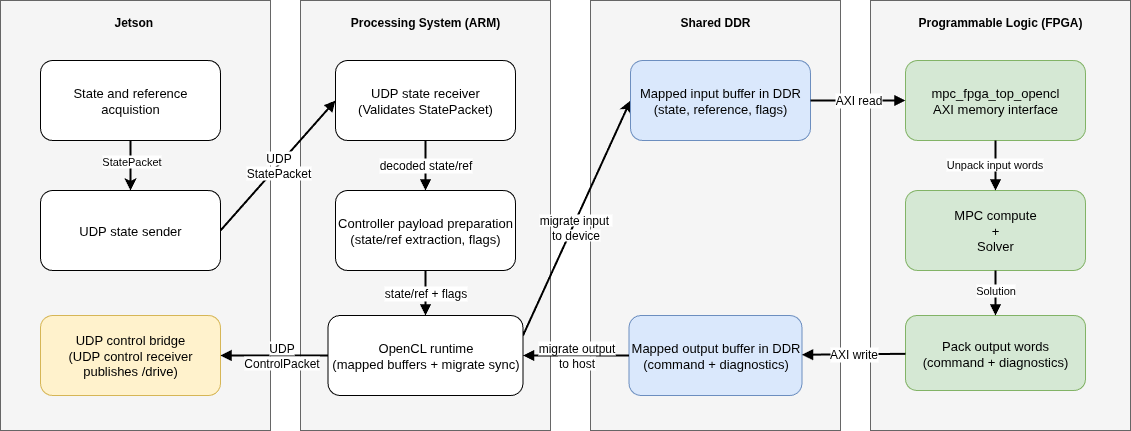
Before: Logs/host-accel-flow.png, a diagram exported from draw.io (PascalBjorstorp/BachelorProject). Source tidied: cells renumbered, new cells last; positions are measured from the earlier drawing's top-left corner, leaving out a move shared by most shapes.
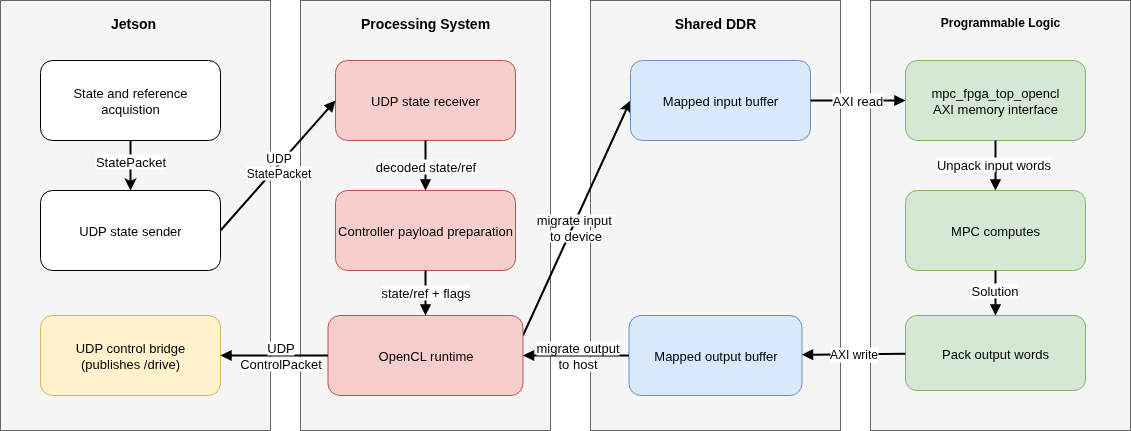
The same diagram one commit later.

What changed in the source:
```diff
@@ -2,22 +2,22 @@
   <root>
     <mxCell id="0" />
     <mxCell id="1" parent="0" />
-    <mxCell id="2" value="Jetson&amp;nbsp;" style="rounded=0;whiteSpace=wrap;html=1;fillColor=#f5f5f5;strokeColor=#666666;fontStyle=1;verticalAlign=top;spacingTop=8;" parent="1" vertex="1">
+    <mxCell id="2" value="&lt;font style=&quot;font-size: 14px;&quot;&gt;Jetson&amp;nbsp;&lt;/font&gt;" style="rounded=0;whiteSpace=wrap;html=1;fillColor=#f5f5f5;strokeColor=#666666;fontStyle=1;verticalAlign=top;spacingTop=8;" parent="1" vertex="1">
       <mxGeometry width="270" height="430" as="geometry" />
     </mxCell>
-    <mxCell id="3" value="Processing System (ARM)" style="rounded=0;whiteSpace=wrap;html=1;fillColor=#f5f5f5;strokeColor=#666666;fontStyle=1;verticalAlign=top;spacingTop=8;" parent="1" vertex="1">
+    <mxCell id="3" value="&lt;font style=&quot;font-size: 14px;&quot;&gt;Processing System&lt;/font&gt;" style="rounded=0;whiteSpace=wrap;html=1;fillColor=#f5f5f5;strokeColor=#666666;fontStyle=1;verticalAlign=top;spacingTop=8;" parent="1" vertex="1">
       <mxGeometry x="300" width="250" height="430" as="geometry" />
     </mxCell>
-    <mxCell id="4" value="Shared DDR" style="rounded=0;whiteSpace=wrap;html=1;fillColor=#f5f5f5;strokeColor=#666666;fontStyle=1;verticalAlign=top;spacingTop=8;" parent="1" vertex="1">
+    <mxCell id="4" value="&lt;font style=&quot;font-size: 14px;&quot;&gt;Shared DDR&lt;/font&gt;" style="rounded=0;whiteSpace=wrap;html=1;fillColor=#f5f5f5;strokeColor=#666666;fontStyle=1;verticalAlign=top;spacingTop=8;" parent="1" vertex="1">
       <mxGeometry x="590" width="250" height="430" as="geometry" />
     </mxCell>
-    <mxCell id="5" value="Programmable Logic (FPGA)" style="rounded=0;whiteSpace=wrap;html=1;fillColor=#f5f5f5;strokeColor=#666666;fontStyle=1;verticalAlign=top;spacingTop=8;" parent="1" vertex="1">
+    <mxCell id="5" value="Programmable Logic" style="rounded=0;whiteSpace=wrap;html=1;fillColor=#f5f5f5;strokeColor=#666666;fontStyle=1;verticalAlign=top;spacingTop=8;" parent="1" vertex="1">
       <mxGeometry x="870" width="260" height="430" as="geometry" />
     </mxCell>
     <mxCell id="6" style="edgeStyle=orthogonalEdgeStyle;rounded=0;jettySize=auto;html=1;exitX=0.5;exitY=1;exitDx=0;exitDy=0;entryX=0.5;entryY=0;entryDx=0;entryDy=0;strokeWidth=2;spacingBottom=0;spacingTop=0;" parent="1" edge="1" source="8" target="31">
       <mxGeometry relative="1" as="geometry" />
     </mxCell>
-    <mxCell id="7" value="StatePacket" style="edgeLabel;html=1;align=center;verticalAlign=middle;" parent="6" vertex="1">
+    <mxCell id="7" value="&lt;font style=&quot;font-size: 13px;&quot;&gt;StatePacket&lt;/font&gt;" style="edgeLabel;html=1;align=center;verticalAlign=middle;" parent="6" vertex="1">
       <mxGeometry x="0.22" y="1" relative="1" as="geometry">
         <mxPoint x="-1" y="-10" as="offset" />
       </mxGeometry>
@@ -25,70 +25,70 @@
     <mxCell id="8" value="State and reference&lt;br&gt;acquistion" style="rounded=1;whiteSpace=wrap;html=1;fillColor=#ffffff;strokeColor=#000000;fontSize=13;" parent="1" vertex="1">
       <mxGeometry x="40" y="60" width="180" height="80" as="geometry" />
     </mxCell>
-    <mxCell id="9" value="UDP control bridge&lt;br&gt;(UDP control receiver&lt;br&gt;publishes /drive)" style="rounded=1;whiteSpace=wrap;html=1;fillColor=#fff2cc;strokeColor=#d6b656;fontSize=13;" parent="1" vertex="1">
+    <mxCell id="9" value="UDP control bridge&lt;br&gt;(publishes /drive)" style="rounded=1;whiteSpace=wrap;html=1;fillColor=#fff2cc;strokeColor=#d6b656;fontSize=13;" parent="1" vertex="1">
       <mxGeometry x="40" y="315" width="180" height="80" as="geometry" />
     </mxCell>
-    <mxCell id="10" value="UDP state receiver&lt;br&gt;(Validates StatePacket)" style="rounded=1;whiteSpace=wrap;html=1;fillColor=#ffffff;strokeColor=#000000;fontSize=13;" parent="1" vertex="1">
+    <mxCell id="10" value="UDP state receiver" style="rounded=1;whiteSpace=wrap;html=1;fillColor=#f8cecc;strokeColor=#b85450;fontSize=13;" parent="1" vertex="1">
       <mxGeometry x="335" y="60" width="180" height="80" as="geometry" />
     </mxCell>
-    <mxCell id="11" value="&lt;div&gt;Controller payload preparation&lt;/div&gt;&lt;div&gt;(state/ref extraction, flags)&lt;/div&gt;" style="rounded=1;whiteSpace=wrap;html=1;fillColor=#ffffff;strokeColor=#000000;fontSize=13;" parent="1" vertex="1">
+    <mxCell id="11" value="&lt;div&gt;Controller payload preparation&lt;/div&gt;" style="rounded=1;whiteSpace=wrap;html=1;fillColor=#f8cecc;strokeColor=#b85450;fontSize=13;" parent="1" vertex="1">
       <mxGeometry x="335" y="190" width="180" height="80" as="geometry" />
     </mxCell>
     <mxCell id="12" style="rounded=0;jettySize=auto;html=1;exitX=1;exitY=0.25;exitDx=0;exitDy=0;entryX=0;entryY=0.5;entryDx=0;entryDy=0;strokeWidth=2;" parent="1" edge="1" source="14" target="15">
       <mxGeometry relative="1" as="geometry" />
     </mxCell>
-    <mxCell id="13" value="&lt;span style=&quot;background-color: light-dark(#ffffff, var(--ge-dark-color, #121212));&quot;&gt;&lt;font style=&quot;font-size: 12px;&quot;&gt;migrate input&amp;nbsp;&lt;/font&gt;&lt;/span&gt;&lt;div&gt;&lt;span style=&quot;background-color: light-dark(#ffffff, var(--ge-dark-color, #121212));&quot;&gt;&lt;font style=&quot;font-size: 12px;&quot;&gt;to device&lt;/font&gt;&lt;/span&gt;&lt;/div&gt;" style="edgeLabel;html=1;align=center;verticalAlign=middle;labelBackgroundColor=none;" parent="12" vertex="1">
+    <mxCell id="13" value="&lt;span style=&quot;background-color: light-dark(#ffffff, var(--ge-dark-color, #121212));&quot;&gt;&lt;font style=&quot;font-size: 13px;&quot;&gt;migrate input&amp;nbsp;&lt;/font&gt;&lt;/span&gt;&lt;div&gt;&lt;span style=&quot;background-color: light-dark(#ffffff, var(--ge-dark-color, #121212));&quot;&gt;&lt;font style=&quot;font-size: 13px;&quot;&gt;to device&lt;/font&gt;&lt;/span&gt;&lt;/div&gt;" style="edgeLabel;html=1;align=center;verticalAlign=middle;labelBackgroundColor=none;" parent="12" vertex="1">
       <mxGeometry x="-0.07" y="-2" relative="1" as="geometry" />
     </mxCell>
-    <mxCell id="14" value="OpenCL runtime&lt;br&gt;(mapped buffers + migrate sync)" style="rounded=1;whiteSpace=wrap;html=1;fillColor=#ffffff;strokeColor=#000000;fontSize=13;" parent="1" vertex="1">
+    <mxCell id="14" value="OpenCL runtime" style="rounded=1;whiteSpace=wrap;html=1;fillColor=#f8cecc;strokeColor=#b85450;fontSize=13;" parent="1" vertex="1">
       <mxGeometry x="327.5" y="315" width="195" height="80" as="geometry" />
     </mxCell>
-    <mxCell id="15" value="&lt;div&gt;Mapped input buffer in DDR&lt;/div&gt;&lt;div&gt;(state, reference, flags)&lt;/div&gt;" style="rounded=1;whiteSpace=wrap;html=1;fillColor=#dae8fc;strokeColor=#6c8ebf;fontSize=13;" parent="1" vertex="1">
+    <mxCell id="15" value="&lt;div&gt;Mapped input buffer&lt;/div&gt;" style="rounded=1;whiteSpace=wrap;html=1;fillColor=#dae8fc;strokeColor=#6c8ebf;fontSize=13;" parent="1" vertex="1">
       <mxGeometry x="630" y="60" width="180" height="80" as="geometry" />
     </mxCell>
-    <mxCell id="16" value="&lt;div&gt;Mapped output buffer in DDR&lt;/div&gt;&lt;div&gt;(command + diagnostics)&lt;/div&gt;" style="rounded=1;whiteSpace=wrap;html=1;fillColor=#dae8fc;strokeColor=#6c8ebf;fontSize=13;" parent="1" vertex="1">
+    <mxCell id="16" value="&lt;div&gt;Mapped output buffer&lt;/div&gt;" style="rounded=1;whiteSpace=wrap;html=1;fillColor=#dae8fc;strokeColor=#6c8ebf;fontSize=13;" parent="1" vertex="1">
       <mxGeometry x="628.5" y="315" width="173" height="80" as="geometry" />
     </mxCell>
     <mxCell id="17" value="mpc_fpga_top_opencl&lt;br&gt;AXI memory interface" style="rounded=1;whiteSpace=wrap;html=1;fillColor=#d5e8d4;strokeColor=#82b366;fontSize=13;" parent="1" vertex="1">
       <mxGeometry x="905" y="60" width="180" height="80" as="geometry" />
     </mxCell>
-    <mxCell id="18" value="MPC compute&lt;br&gt;+&lt;br&gt;Solver" style="rounded=1;whiteSpace=wrap;html=1;fillColor=#d5e8d4;strokeColor=#82b366;fontSize=13;" parent="1" vertex="1">
+    <mxCell id="18" value="MPC computes" style="rounded=1;whiteSpace=wrap;html=1;fillColor=#d5e8d4;strokeColor=#82b366;fontSize=13;" parent="1" vertex="1">
       <mxGeometry x="905" y="190" width="180" height="80" as="geometry" />
     </mxCell>
-    <mxCell id="19" value="Pack output words&lt;br&gt;(command + diagnostics)" style="rounded=1;whiteSpace=wrap;html=1;fillColor=#d5e8d4;strokeColor=#82b366;fontSize=13;" parent="1" vertex="1">
+    <mxCell id="19" value="Pack output words" style="rounded=1;whiteSpace=wrap;html=1;fillColor=#d5e8d4;strokeColor=#82b366;fontSize=13;" parent="1" vertex="1">
       <mxGeometry x="905" y="315" width="180" height="75" as="geometry" />
     </mxCell>
     <mxCell id="20" value="&lt;span style=&quot;background-color: light-dark(#ffffff, var(--ge-dark-color, #121212));&quot;&gt;UDP&lt;/span&gt;&lt;div&gt;&lt;span style=&quot;background-color: light-dark(#ffffff, var(--ge-dark-color, #121212));&quot;&gt;StatePacket&lt;/span&gt;&lt;/div&gt;" style="endArrow=block;html=1;rounded=0;strokeWidth=2;fontSize=12;exitX=1;exitY=0.5;exitDx=0;exitDy=0;labelBackgroundColor=none;entryX=0;entryY=0.5;entryDx=0;entryDy=0;" parent="1" edge="1" source="31" target="10">
       <mxGeometry relative="1" as="geometry" />
     </mxCell>
-    <mxCell id="21" value="decoded state/ref" style="endArrow=block;html=1;rounded=0;strokeWidth=2;fontSize=12;" parent="1" edge="1" source="10" target="11">
+    <mxCell id="21" value="&lt;font style=&quot;font-size: 13px;&quot;&gt;decoded state/ref&lt;/font&gt;" style="endArrow=block;html=1;rounded=0;strokeWidth=2;fontSize=12;" parent="1" edge="1" source="10" target="11">
       <mxGeometry x="0.01" relative="1" as="geometry" />
     </mxCell>
-    <mxCell id="22" value="state/ref + flags" style="endArrow=block;html=1;rounded=0;strokeWidth=2;fontSize=12;" parent="1" edge="1" source="11" target="14">
+    <mxCell id="22" value="&lt;font style=&quot;font-size: 13px;&quot;&gt;state/ref + flags&lt;/font&gt;" style="endArrow=block;html=1;rounded=0;strokeWidth=2;fontSize=12;" parent="1" edge="1" source="11" target="14">
       <mxGeometry relative="1" as="geometry" />
     </mxCell>
-    <mxCell id="23" value="AXI read" style="endArrow=block;html=1;rounded=0;strokeWidth=2;fontSize=12;exitX=1;exitY=0.5;exitDx=0;exitDy=0;entryX=0;entryY=0.5;entryDx=0;entryDy=0;" parent="1" edge="1" source="15" target="17">
+    <mxCell id="23" value="&lt;font style=&quot;font-size: 13px;&quot;&gt;AXI read&lt;/font&gt;" style="endArrow=block;html=1;rounded=0;strokeWidth=2;fontSize=12;exitX=1;exitY=0.5;exitDx=0;exitDy=0;entryX=0;entryY=0.5;entryDx=0;entryDy=0;" parent="1" edge="1" source="15" target="17">
       <mxGeometry relative="1" as="geometry" />
     </mxCell>
     <mxCell id="24" style="endArrow=block;html=1;rounded=0;strokeWidth=2;fontSize=12;" parent="1" edge="1" source="17" target="18">
       <mxGeometry relative="1" as="geometry" />
     </mxCell>
-    <mxCell id="25" value="Unpack input words" style="edgeLabel;html=1;align=center;verticalAlign=middle;" parent="24" vertex="1">
+    <mxCell id="25" value="&lt;font style=&quot;font-size: 13px;&quot;&gt;Unpack input words&lt;/font&gt;" style="edgeLabel;html=1;align=center;verticalAlign=middle;" parent="24" vertex="1">
       <mxGeometry x="-0.09" y="-2" relative="1" as="geometry" />
     </mxCell>
     <mxCell id="26" style="endArrow=block;html=1;rounded=0;strokeWidth=2;fontSize=12;" parent="1" edge="1" source="18" target="19">
       <mxGeometry relative="1" as="geometry" />
     </mxCell>
-    <mxCell id="27" value="Solution" style="edgeLabel;html=1;align=center;verticalAlign=middle;" parent="26" vertex="1">
+    <mxCell id="27" value="&lt;font style=&quot;font-size: 13px;&quot;&gt;Solution&lt;/font&gt;" style="edgeLabel;html=1;align=center;verticalAlign=middle;" parent="26" vertex="1">
       <mxGeometry x="-0.16" y="-1" relative="1" as="geometry" />
     </mxCell>
     <mxCell id="28" value="AXI write" style="endArrow=block;html=1;rounded=0;strokeWidth=2;fontSize=12;" parent="1" edge="1" source="19" target="16">
       <mxGeometry relative="1" as="geometry" />
     </mxCell>
-    <mxCell id="29" value="&lt;span style=&quot;background-color: rgb(255, 255, 255);&quot;&gt;UDP&lt;br&gt;ControlPacket&lt;/span&gt;" style="endArrow=block;html=1;rounded=0;strokeWidth=2;fontSize=12;verticalAlign=middle;horizontal=1;textShadow=0;labelBorderColor=none;fontColor=default;labelBackgroundColor=none;exitX=0;exitY=0.5;exitDx=0;exitDy=0;entryX=1;entryY=0.5;entryDx=0;entryDy=0;spacingLeft=-16;" parent="1" edge="1" source="14" target="9">
+    <mxCell id="29" value="&lt;span style=&quot;background-color: rgb(255, 255, 255);&quot;&gt;&lt;font style=&quot;font-size: 13px;&quot;&gt;UDP&lt;br&gt;ControlPacket&lt;/font&gt;&lt;/span&gt;" style="endArrow=block;html=1;rounded=0;strokeWidth=2;fontSize=12;verticalAlign=middle;horizontal=1;textShadow=0;labelBorderColor=none;fontColor=default;labelBackgroundColor=none;exitX=0;exitY=0.5;exitDx=0;exitDy=0;entryX=1;entryY=0.5;entryDx=0;entryDy=0;spacingLeft=-16;" parent="1" edge="1" source="14" target="9">
       <mxGeometry x="-0.27" relative="1" as="geometry" />
     </mxCell>
-    <mxCell id="30" value="&lt;span style=&quot;background-color: light-dark(#ffffff, var(--ge-dark-color, #121212));&quot;&gt;migrate output&lt;/span&gt;&lt;div&gt;&lt;span style=&quot;color: light-dark(rgb(0, 0, 0), rgb(255, 255, 255)); background-color: light-dark(#ffffff, var(--ge-dark-color, #121212));&quot;&gt;to host&lt;/span&gt;&lt;/div&gt;" style="endArrow=block;html=1;rounded=0;strokeWidth=2;fontSize=12;entryX=1;entryY=0.5;entryDx=0;entryDy=0;exitX=0;exitY=0.5;exitDx=0;exitDy=0;spacingLeft=13;labelBackgroundColor=none;spacingBottom=31;" parent="1" edge="1" source="16" target="14">
+    <mxCell id="30" value="&lt;span style=&quot;background-color: light-dark(#ffffff, var(--ge-dark-color, #121212));&quot;&gt;&lt;font style=&quot;font-size: 13px;&quot;&gt;migrate output&lt;/font&gt;&lt;/span&gt;&lt;div&gt;&lt;span style=&quot;color: light-dark(rgb(0, 0, 0), rgb(255, 255, 255)); background-color: light-dark(#ffffff, var(--ge-dark-color, #121212));&quot;&gt;&lt;font style=&quot;font-size: 13px;&quot;&gt;to host&lt;/font&gt;&lt;/span&gt;&lt;/div&gt;" style="endArrow=block;html=1;rounded=0;strokeWidth=2;fontSize=12;entryX=1;entryY=0.5;entryDx=0;entryDy=0;exitX=0;exitY=0.5;exitDx=0;exitDy=0;spacingLeft=13;labelBackgroundColor=none;spacingBottom=31;" parent="1" edge="1" source="16" target="14">
       <mxGeometry x="0.11" y="15" relative="1" as="geometry" />
     </mxCell>
     <mxCell id="31" value="UDP state sender" style="rounded=1;whiteSpace=wrap;html=1;fillColor=#ffffff;strokeColor=#000000;fontSize=13;" parent="1" vertex="1">
```
